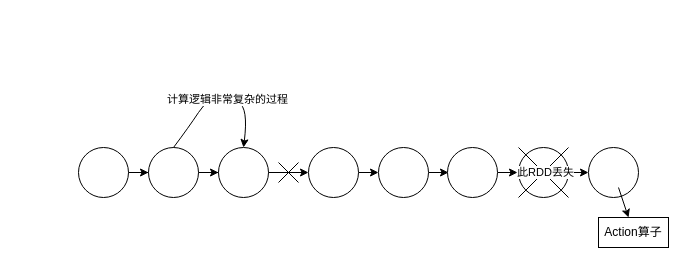
This is 未命名绘图.drawio from hongcherry-xy/pic, a draw.io file, before an edit. Source tidied: cells renumbered, new cells numbered last; positions are measured from the earlier drawing's top-left corner, leaving out a move shared by most shapes. Both pictures are drawn from the tidied source at 100%, with x=0, y=0 at pixel (78, 97).
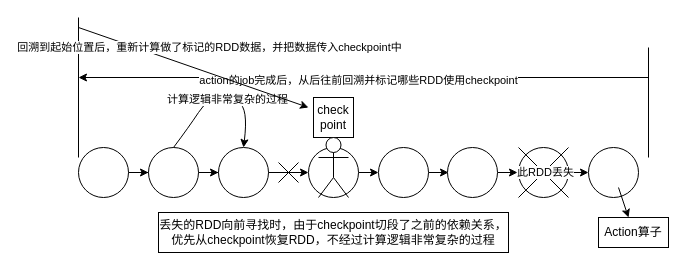
Above is the later version.

Unchanged cells that the change refers to:
```xml
<mxCell id="3" style="ellipse;whiteSpace=wrap;html=1;" parent="1" vertex="1">
  <mxGeometry y="50" width="50" height="50" as="geometry" />
</mxCell>
```

Change to the diagram source:
```diff
@@
+    <mxCell id="27" style="curved=1;endArrow=classic;html=1;rounded=0;" parent="1" edge="1" source="29">
+      <mxGeometry relative="1" as="geometry">
+        <mxPoint x="260" y="14" as="targetPoint" />
+        <Array as="points">
+          <mxPoint x="250" y="20" />
+        </Array>
+      </mxGeometry>
+    </mxCell>
+    <mxCell id="28" style="curved=1;endArrow=classic;html=1;rounded=0;" parent="1" edge="1" source="35" target="29">
+      <mxGeometry relative="1" as="geometry">
+        <Array as="points">
+          <mxPoint x="240" y="40" />
+          <mxPoint x="250" y="30" />
+        </Array>
+      </mxGeometry>
+    </mxCell>
+    <mxCell id="29" value="check&lt;br&gt;point" style="whiteSpace=wrap;html=1;" parent="1" vertex="1">
+      <mxGeometry x="235" width="40" height="40" as="geometry" />
+    </mxCell>
+    <mxCell id="30" value="丢失的RDD向前寻找时，由于checkpoint切段了之前的依赖关系，优先从checkpoint恢复RDD，不经过计算逻辑非常复杂的过程" style="rounded=0;whiteSpace=wrap;html=1;" parent="1" vertex="1">
+      <mxGeometry x="80" y="115" width="350" height="40" as="geometry" />
+    </mxCell>
+    <mxCell id="31" style="endArrow=none;html=1;rounded=0;" parent="1" edge="1">
+      <mxGeometry relative="1" as="geometry">
+        <mxPoint x="570" y="60" as="sourcePoint" />
+        <mxPoint x="570" y="-50" as="targetPoint" />
+      </mxGeometry>
+    </mxCell>
+    <mxCell id="32" style="endArrow=classic;html=1;rounded=0;" parent="1" edge="1">
+      <mxGeometry relative="1" as="geometry">
+        <mxPoint x="570" y="-20" as="sourcePoint" />
+        <mxPoint y="-20" as="targetPoint" />
+      </mxGeometry>
+    </mxCell>
+    <mxCell id="33" value="action的job完成后，从后往前回溯并标记哪些RDD使用checkpoint" style="edgeLabel;html=1;align=center;verticalAlign=middle;" parent="32" vertex="1">
+      <mxGeometry x="0.02" y="2" relative="1" as="geometry" />
+    </mxCell>
+    <mxCell id="34" style="endArrow=none;html=1;rounded=0;exitX=0;exitY=0.2;exitDx=0;exitDy=0;exitPerimeter=0;" parent="1" edge="1" source="3">
+      <mxGeometry relative="1" as="geometry">
+        <mxPoint y="-80" as="targetPoint" />
+        <Array as="points">
+          <mxPoint y="-50" />
+        </Array>
+      </mxGeometry>
+    </mxCell>
+    <mxCell id="35" style="shape=umlActor;verticalLabelPosition=bottom;verticalAlign=top;html=1;outlineConnect=0;" parent="1" vertex="1">
+      <mxGeometry x="240" y="40" width="30" height="60" as="geometry" />
+    </mxCell>
+    <mxCell id="36" style="endArrow=classic;html=1;rounded=0;" parent="1" edge="1">
+      <mxGeometry relative="1" as="geometry">
+        <mxPoint y="-70" as="sourcePoint" />
+        <mxPoint x="230" y="10" as="targetPoint" />
+      </mxGeometry>
+    </mxCell>
+    <mxCell id="37" value="回溯到起始位置后，重新计算做了标记的RDD数据，并把数据传入checkpoint中" style="edgeLabel;html=1;align=center;verticalAlign=middle;" parent="36" vertex="1">
+      <mxGeometry x="-0.66" y="1" relative="1" as="geometry">
+        <mxPoint x="91" y="7" as="offset" />
+      </mxGeometry>
+    </mxCell>
```
